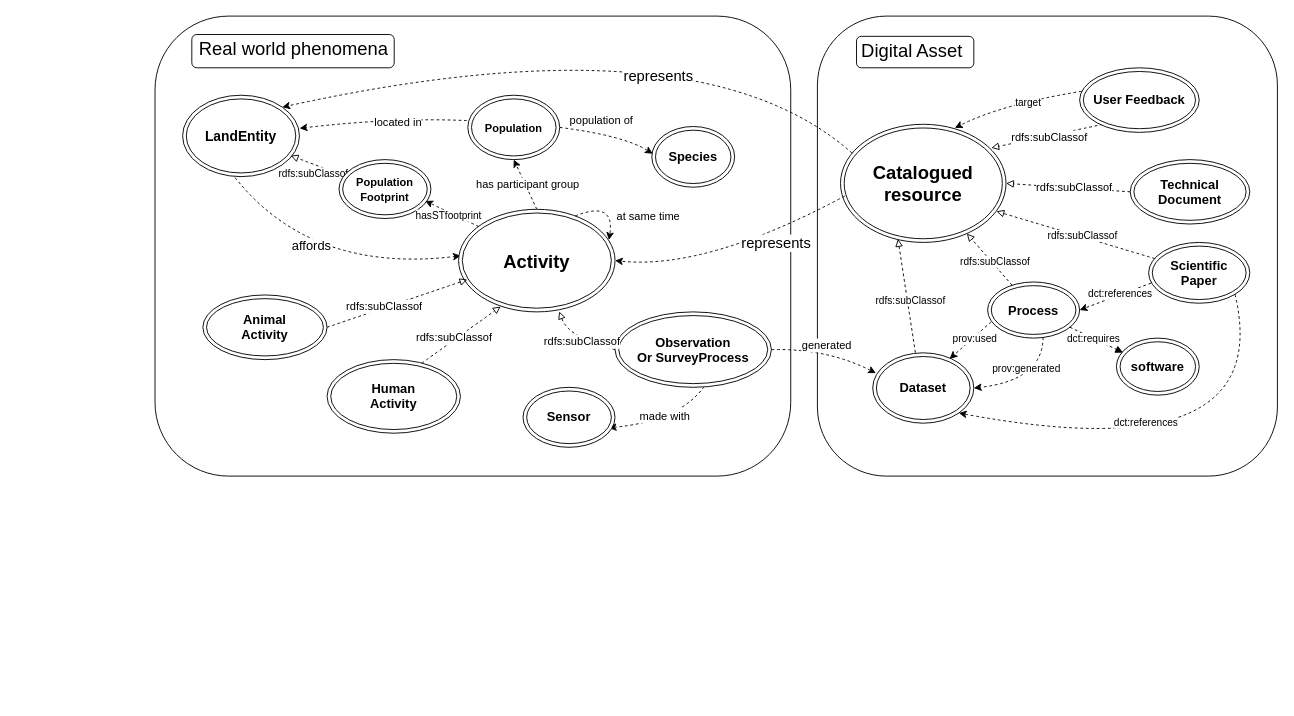
This is page "Schema principal" (1 of 3) of docs/diagrams/model_KG_article_long.drawio from IntForOut/outdoorPressure, a draw.io file, before an edit. Source tidied: cells renumbered, new cells numbered last; positions are measured from the earlier drawing's top-left corner, leaving out a move shared by most shapes. Both pictures are drawn from the tidied source at 92%, with x=0, y=0 at pixel (155, 16).
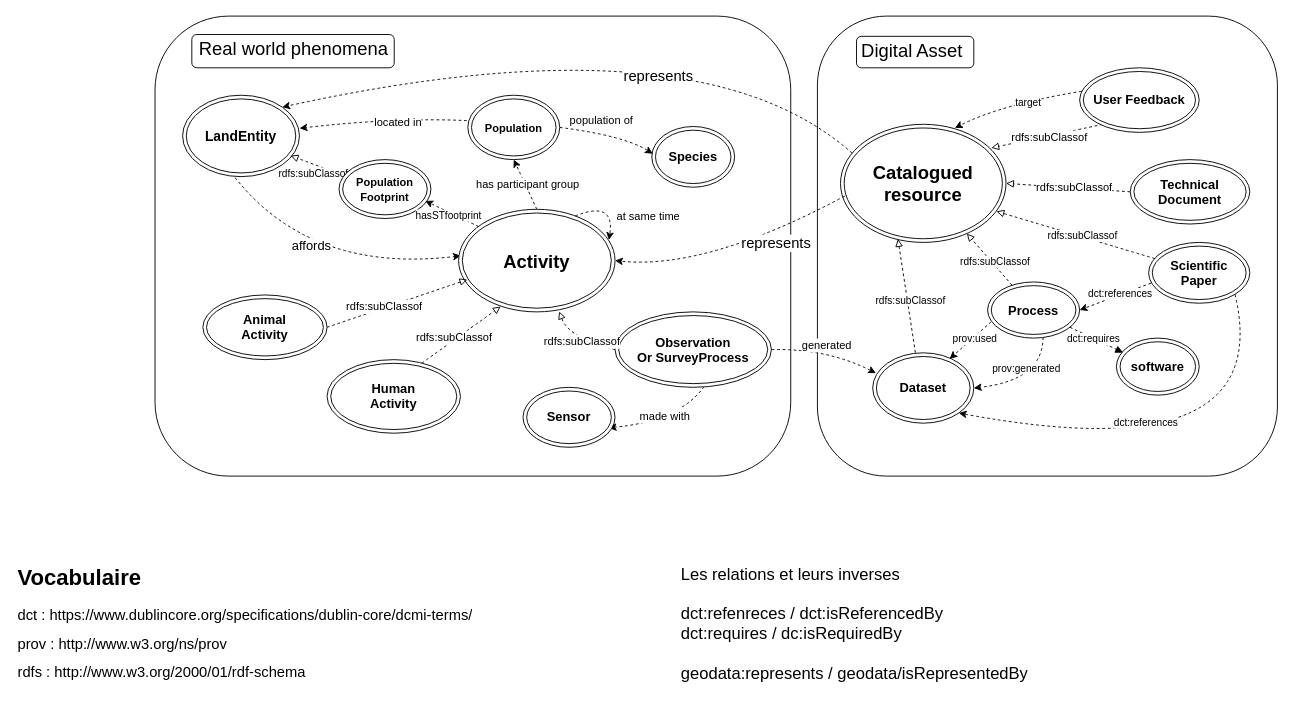
The same diagram, later.

Commit message:
légende et infos

The edit, as a diff of the source:
```diff
@@
+    <mxCell id="75" value="&lt;h1 style=&quot;margin-top: 0px;&quot;&gt;Vocabulaire&lt;/h1&gt;&lt;p&gt;&lt;font style=&quot;font-size: 16px;&quot;&gt;dct : https://www.dublincore.org/specifications/dublin-core/dcmi-terms/&lt;/font&gt;&lt;/p&gt;&lt;p&gt;&lt;font style=&quot;font-size: 16px;&quot;&gt;prov : http://www.w3.org/ns/prov&lt;/font&gt;&lt;/p&gt;&lt;p&gt;&lt;font style=&quot;font-size: 16px;&quot;&gt;rdfs : http://www.w3.org/2000/01/rdf-schema&lt;/font&gt;&lt;/p&gt;" style="text;html=1;whiteSpace=wrap;overflow=hidden;rounded=0;" parent="1" vertex="1">
+      <mxGeometry x="-151" y="590" width="691" height="140" as="geometry" />
+    </mxCell>
+    <mxCell id="76" value="&lt;div&gt;&lt;font style=&quot;font-size: 18px;&quot;&gt;Les relations et leurs inverses&lt;/font&gt;&lt;/div&gt;&lt;div&gt;&lt;font style=&quot;font-size: 18px;&quot;&gt;&lt;br&gt;&lt;/font&gt;&lt;/div&gt;&lt;div&gt;&lt;font style=&quot;font-size: 18px;&quot;&gt;dct:refenreces / dct:isReferencedBy&lt;/font&gt;&lt;/div&gt;&lt;div&gt;&lt;font style=&quot;font-size: 18px;&quot;&gt;dct:requires / dc:isRequiredBy&lt;/font&gt;&lt;/div&gt;&lt;div&gt;&lt;font style=&quot;font-size: 18px;&quot;&gt;&lt;br&gt;&lt;/font&gt;&lt;/div&gt;&lt;div&gt;&lt;font style=&quot;font-size: 18px;&quot;&gt;geodata:represents / geodata/isRepresentedBy&lt;/font&gt;&lt;/div&gt;" style="text;html=1;whiteSpace=wrap;overflow=hidden;rounded=0;" parent="1" vertex="1">
+      <mxGeometry x="570" y="590" width="450" height="150" as="geometry" />
+    </mxCell>
```
